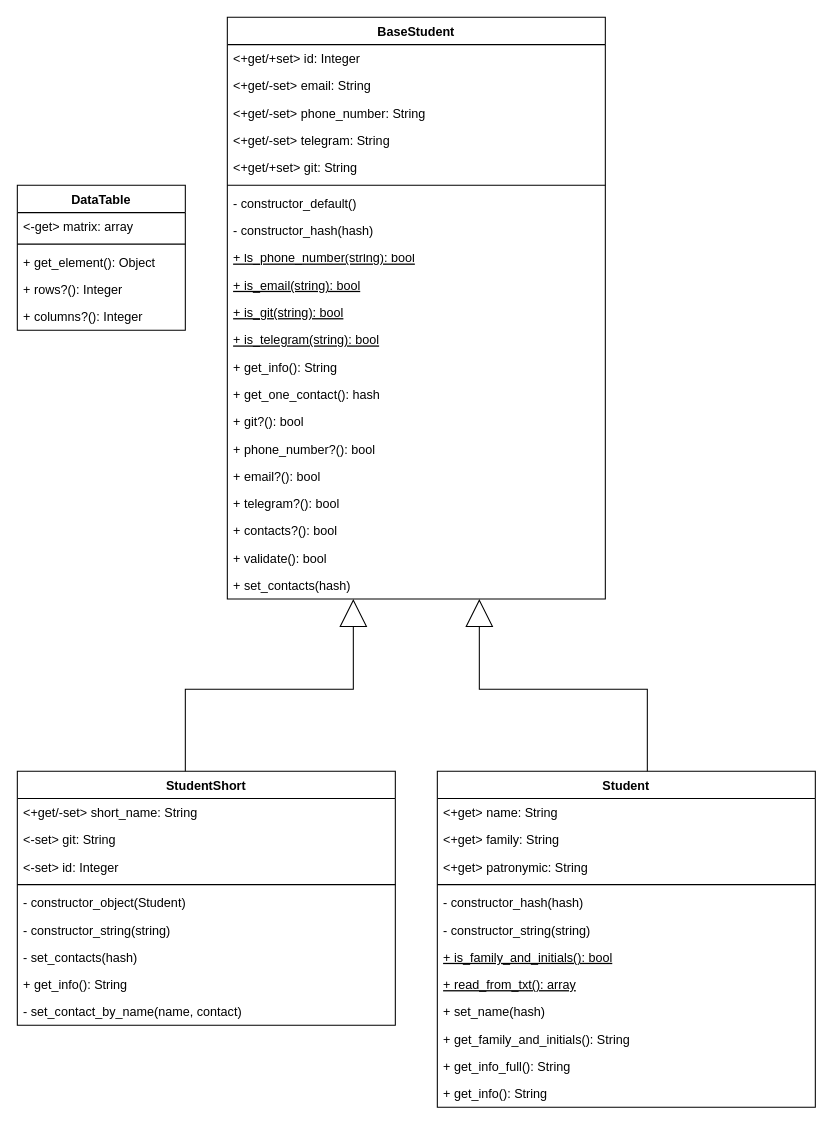
Before: lab2/docs/ClassDiagram.drawio in KirSaxhlil/PatternLabs, a draw.io diagram. Source tidied: cells renumbered, new cells numbered last; positions are measured from the earlier drawing's top-left corner, leaving out a move shared by most shapes. Both pictures are drawn from the tidied source at 105%, with x=0, y=0 at pixel (17, 17).
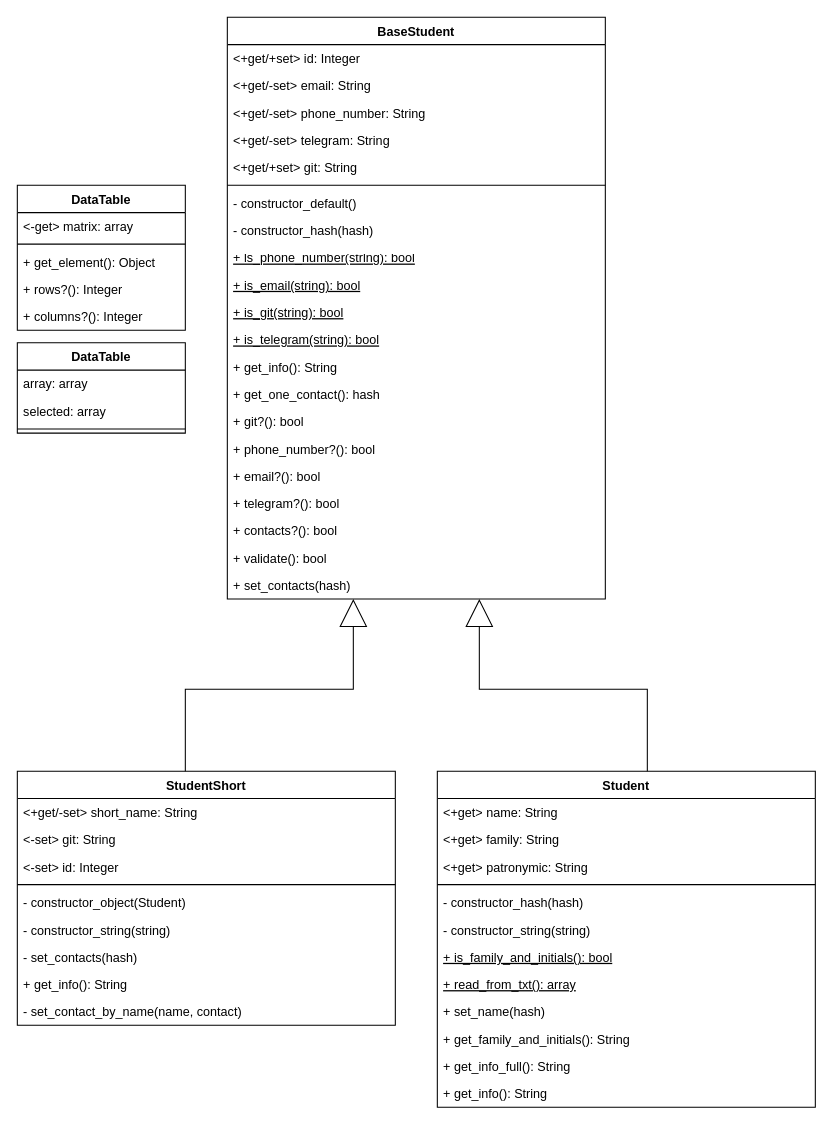
After the change.

Change to the diagram source:
```diff
@@
+    <mxCell id="55" value="DataTable" style="swimlane;fontStyle=1;align=center;verticalAlign=top;horizontal=1;startSize=26;swimlaneFillColor=default;" parent="1" vertex="1">
+      <mxGeometry y="310" width="160" height="86" as="geometry" />
+    </mxCell>
+    <mxCell id="56" value="array: array" style="text;strokeColor=none;fillColor=none;align=left;verticalAlign=top;spacingLeft=4;spacingRight=4;overflow=hidden;" parent="55" vertex="1">
+      <mxGeometry y="26" width="160" height="26" as="geometry" />
+    </mxCell>
+    <mxCell id="57" value="selected: array" style="text;strokeColor=none;fillColor=none;align=left;verticalAlign=top;spacingLeft=4;spacingRight=4;overflow=hidden;" parent="55" vertex="1">
+      <mxGeometry y="52" width="160" height="26" as="geometry" />
+    </mxCell>
+    <mxCell id="58" style="line;strokeWidth=1;fillColor=none;align=left;verticalAlign=middle;spacingTop=-1;spacingLeft=3;spacingRight=3;labelPosition=right;strokeColor=inherit;" parent="55" vertex="1">
+      <mxGeometry y="78" width="160" height="8" as="geometry" />
+    </mxCell>
```
